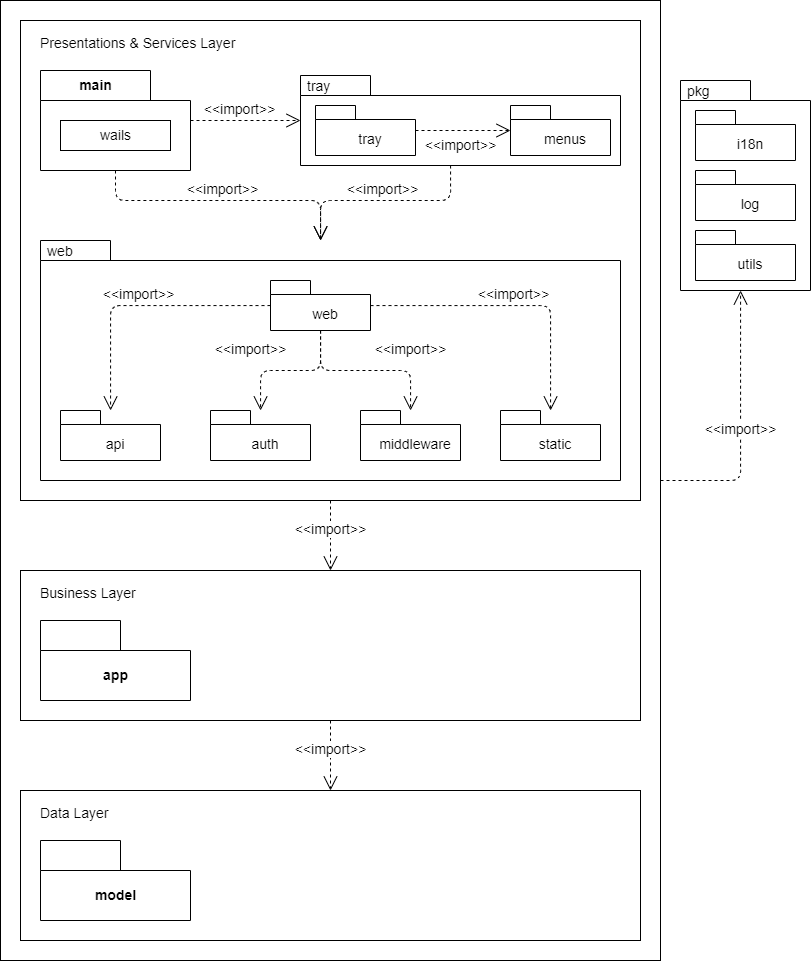
jinyaoMa/my-app keeps this draw.io diagram as diagrams/package.png. Above is the earlier version. Source tidied: cells renumbered, new cells last; positions are measured from the earlier drawing's top-left corner, leaving out a move shared by most shapes.
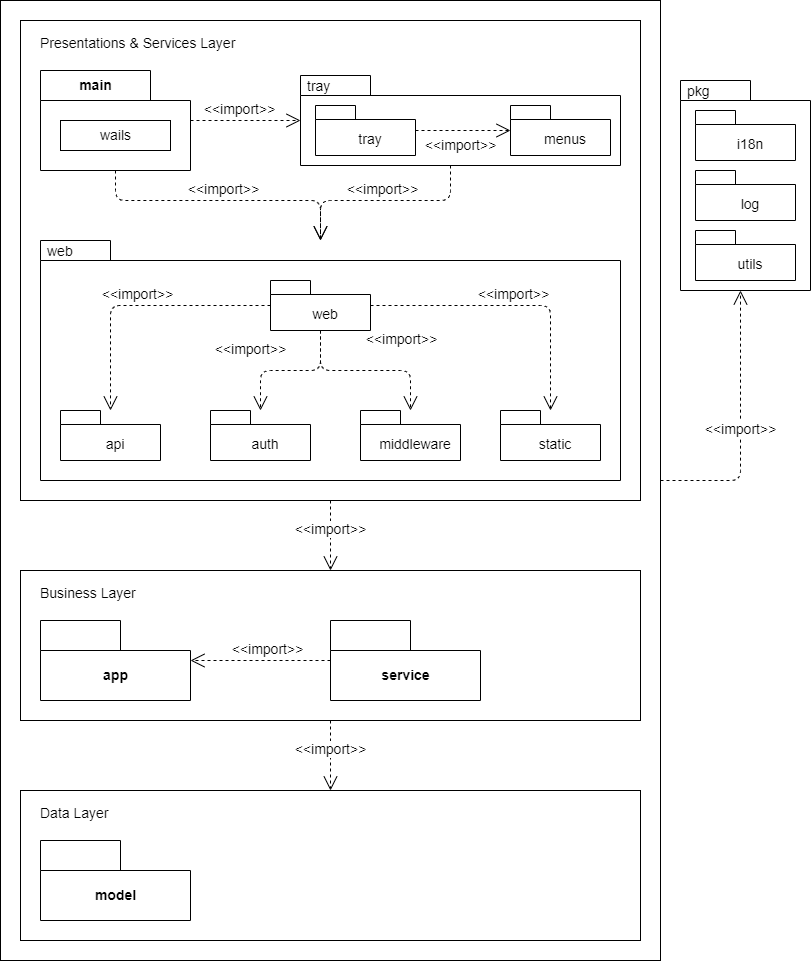
The same diagram one commit later.

Diff of the diagram source:
```diff
@@ -127,5 +127,13 @@
         <mxPoint x="20" y="50" as="offset" />
       </mxGeometry>
     </mxCell>
+    <mxCell id="37" value="service" style="shape=folder;fontStyle=1;tabWidth=80;tabHeight=30;tabPosition=left;html=1;boundedLbl=1;fontSize=14;" parent="1" vertex="1">
+      <mxGeometry x="330" y="620" width="150" height="80" as="geometry" />
+    </mxCell>
+    <mxCell id="38" value="&amp;lt;&amp;lt;import&amp;gt;&amp;gt;" style="html=1;endArrow=open;endSize=12;dashed=1;verticalAlign=bottom;jumpStyle=none;fontSize=14;" parent="1" edge="1" source="37" target="29">
+      <mxGeometry x="-0.09" relative="1" as="geometry">
+        <mxPoint x="1" as="offset" />
+      </mxGeometry>
+    </mxCell>
   </root>
 </mxGraphModel>
```
